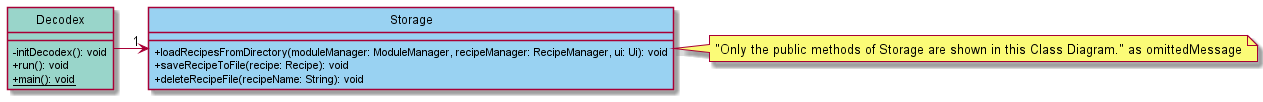
The PlantUML diagram docs/images/dg/StorageClass.png in rizemon/tp, before a commit. The source it was exported from:
```plantuml
@startuml
!define DECODEX_COLOR #99D5CA
!define STORAGE_COLOR #99D2F2
skinparam classAttributeIconSize 0
hide circle

Decodex -> "1" Storage

note right of Storage:"Only the public methods of Storage are shown in this Class Diagram." as omittedMessage

class Decodex DECODEX_COLOR {
  - initDecodex(): void
  + run(): void
  + {static} main(): void
}

class Storage STORAGE_COLOR {
    + loadRecipesFromDirectory(moduleManager: ModuleManager, recipeManager: RecipeManager, ui: Ui): void
    + saveRecipeToFile(recipe: Recipe): void
    + deleteRecipeFile(recipeName: String): void
}

@enduml
```
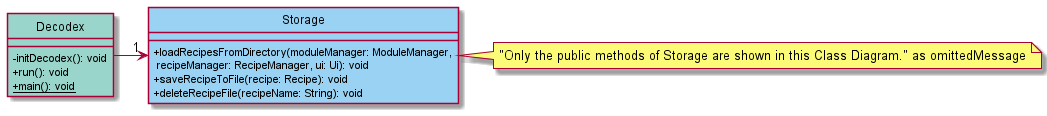
After the change.

Commit message:
Fixed the storage class being too small (on my own repo side)

Change to the diagram source:
```diff
@@ -15,7 +15,7 @@
 }
 
 class Storage STORAGE_COLOR {
-    + loadRecipesFromDirectory(moduleManager: ModuleManager, recipeManager: RecipeManager, ui: Ui): void
+    + loadRecipesFromDirectory(moduleManager: ModuleManager,\n recipeManager: RecipeManager, ui: Ui): void
     + saveRecipeToFile(recipe: Recipe): void
     + deleteRecipeFile(recipeName: String): void
 }
```
